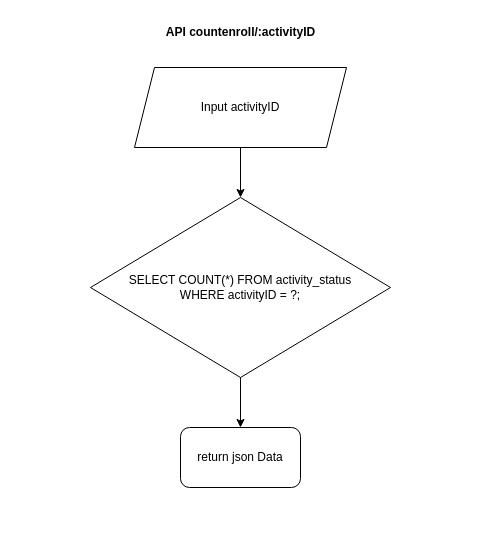
8luex/collecting_scholarship keeps this draw.io diagram as page "studenthour" (7 of 7) of Untitled Diagram.drawio. Above is the earlier version. Source tidied: cells renumbered, new cells numbered last; positions are measured from the earlier drawing's top-left corner, leaving out a move shared by most shapes. Both pictures are drawn from the tidied source at 100%, with x=0, y=0 at pixel (90, 17).
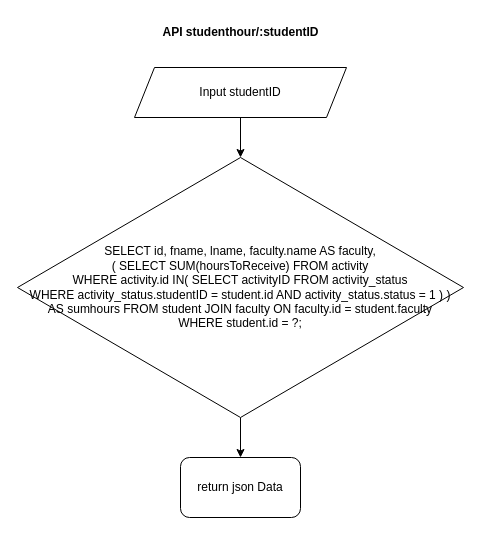
The same diagram, later.

Change to the diagram source:
```diff
@@
 <mxGraphModel>
   <root>
     <mxCell id="0" />
     <mxCell id="1" parent="0" />
-    <mxCell id="2" value="API&amp;nbsp;countenroll/:activityID" style="text;html=1;align=center;verticalAlign=middle;strokeColor=none;fillColor=none;fontStyle=1;" parent="1" vertex="1">
-      <mxGeometry x="65" width="170" height="30" as="geometry" />
+    <mxCell id="2" value="API&amp;nbsp;studenthour/:studentID" style="text;html=1;align=center;verticalAlign=middle;strokeColor=none;fillColor=none;fontStyle=1;" parent="1" vertex="1">
+      <mxGeometry x="60" width="180" height="30" as="geometry" />
     </mxCell>
     <mxCell id="3" style="edgeStyle=orthogonalEdgeStyle;rounded=0;jettySize=auto;html=1;exitX=0.5;exitY=1;exitDx=0;exitDy=0;entryX=0.5;entryY=0;entryDx=0;entryDy=0;" parent="1" edge="1" source="4" target="5">
       <mxGeometry relative="1" as="geometry" />
     </mxCell>
-    <mxCell id="4" value="Input&amp;nbsp;activityID" style="shape=parallelogram;perimeter=parallelogramPerimeter;whiteSpace=wrap;html=1;fixedSize=1;" parent="1" vertex="1">
-      <mxGeometry x="44" y="50" width="212" height="80" as="geometry" />
+    <mxCell id="4" value="Input&amp;nbsp;studentID" style="shape=parallelogram;perimeter=parallelogramPerimeter;whiteSpace=wrap;html=1;fixedSize=1;" parent="1" vertex="1">
+      <mxGeometry x="44" y="50" width="212" height="50" as="geometry" />
     </mxCell>
+    <mxCell id="8" style="edgeStyle=orthogonalEdgeStyle;rounded=0;jettySize=auto;html=1;exitX=0.5;exitY=1;exitDx=0;exitDy=0;entryX=0.5;entryY=0;entryDx=0;entryDy=0;" parent="1" edge="1" source="5" target="7">
+      <mxGeometry relative="1" as="geometry" />
+    </mxCell>
-    <mxCell id="5" value="SELECT COUNT(*) FROM activity_status&lt;br&gt;WHERE activityID = ?;" style="rhombus;whiteSpace=wrap;html=1;rounded=0;" parent="1" vertex="1">
-      <mxGeometry y="180" width="300" height="180" as="geometry" />
+    <mxCell id="5" value="SELECT id, fname, lname, faculty.name AS faculty,&lt;br&gt;( SELECT SUM(hoursToReceive) FROM activity&lt;br&gt;WHERE activity.id IN( SELECT activityID FROM activity_status&lt;br&gt;WHERE activity_status.studentID = student.id AND activity_status.status = 1 ) )&lt;br&gt;AS sumhours FROM student JOIN faculty ON faculty.id = student.faculty&lt;br&gt;WHERE student.id = ?;" style="rhombus;whiteSpace=wrap;html=1;rounded=0;align=center;" parent="1" vertex="1">
+      <mxGeometry x="-73" y="140" width="446" height="260" as="geometry" />
     </mxCell>
-    <mxCell id="6" style="edgeStyle=orthogonalEdgeStyle;rounded=0;orthogonalLoop=1;jettySize=auto;html=1;exitX=0.5;exitY=1;exitDx=0;exitDy=0;exitPerimeter=0;" parent="1" edge="1">
-      <mxGeometry relative="1" as="geometry">
-        <mxPoint x="150" y="360" as="sourcePoint" />
-        <mxPoint x="150" y="410" as="targetPoint" />
-      </mxGeometry>
-    </mxCell>
     <mxCell id="7" value="return json Data" style="rounded=1;whiteSpace=wrap;html=1;" parent="1" vertex="1">
-      <mxGeometry x="90" y="410" width="120" height="60" as="geometry" />
+      <mxGeometry x="90" y="440" width="120" height="60" as="geometry" />
     </mxCell>
   </root>
 </mxGraphModel>
```
